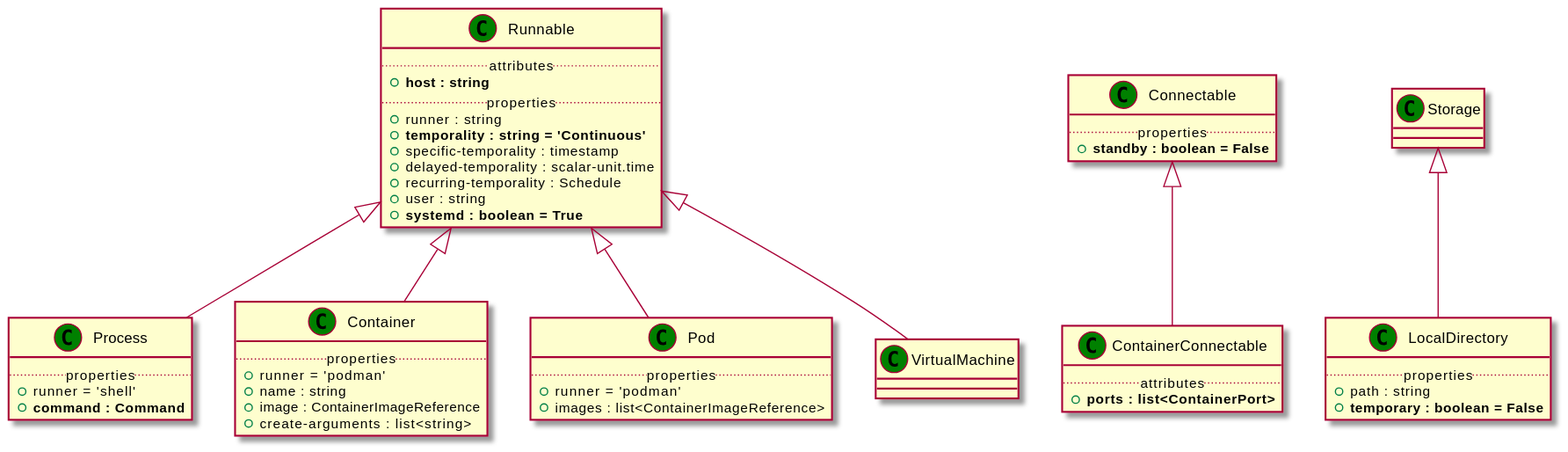
Orange-OpenSource/Cloudnet-TOSCA-toolbox keeps this PlantUML diagram as examples/Khutulun/diagrams/uml2/capabilities-uml2-class-diagram.svg. Above is the earlier version.
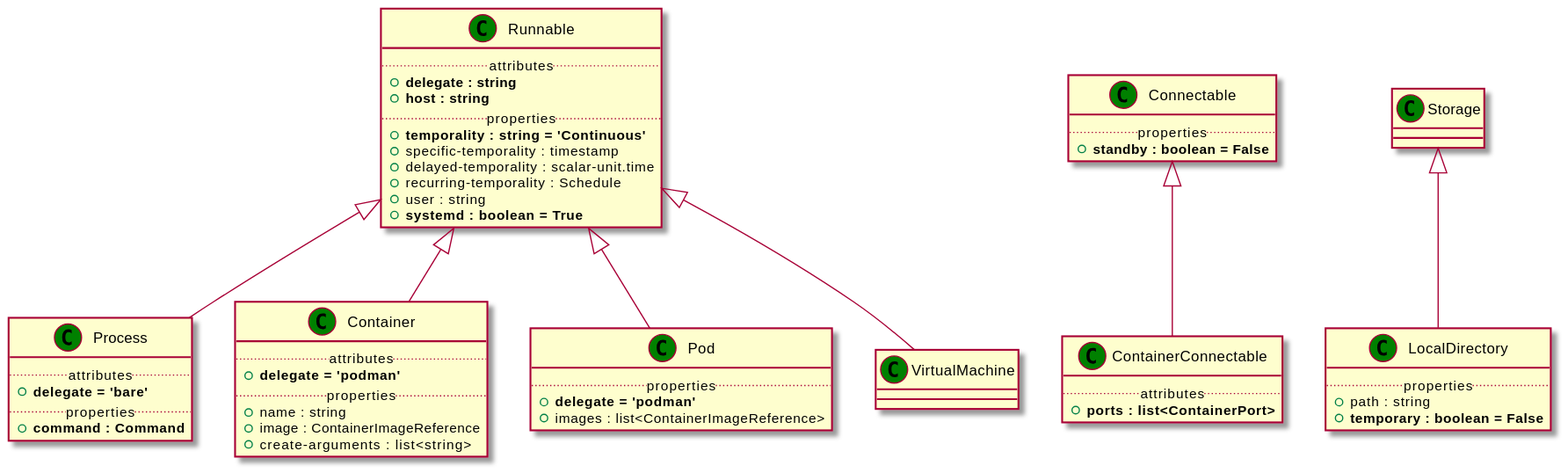
After the change.

The edit, as a diff of the source:
```diff
@@ -2,9 +2,9 @@
 set namespaceSeparator none
 class "Runnable" as Runnable_CT << (C,green) >> {
 .. attributes ..
++<b>delegate : string
 +<b>host : string
 .. properties ..
-+runner : string
 +<b>temporality : string = 'Continuous'
 +specific-temporality : timestamp
 +delayed-temporality : scalar-unit.time
@@ -19,20 +19,22 @@
 class "Storage" as Storage_CT << (C,green) >> {
 }
 class "Process" as Process_CT << (C,green) >> {
+.. attributes ..
++<b>delegate = 'bare'
 .. properties ..
-+runner = 'shell'
 +<b>command : Command
 }
 class "Container" as Container_CT << (C,green) >> {
+.. attributes ..
++<b>delegate = 'podman'
 .. properties ..
-+runner = 'podman'
 +name : string
 +image : ContainerImageReference
 +create-arguments : list<string>
 }
 class "Pod" as Pod_CT << (C,green) >> {
 .. properties ..
-+runner = 'podman'
++<b>delegate = 'podman'
 +images : list<ContainerImageReference>
 }
 class "VirtualMachine" as VirtualMachine_CT << (C,green) >> {
```
